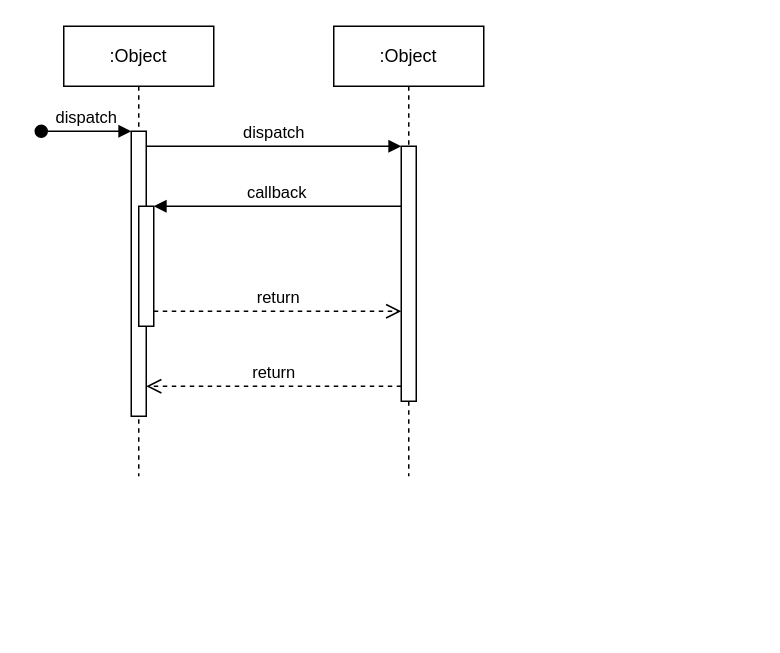
Trispu/Components-Part1 keeps this draw.io diagram as Untitled Diagram.drawio. Above is the earlier version. Source tidied: cells renumbered, new cells numbered last; positions are measured from the earlier drawing's top-left corner, leaving out a move shared by most shapes. Both pictures are drawn from the tidied source at 150%, with x=0, y=0 at pixel (40, 26).
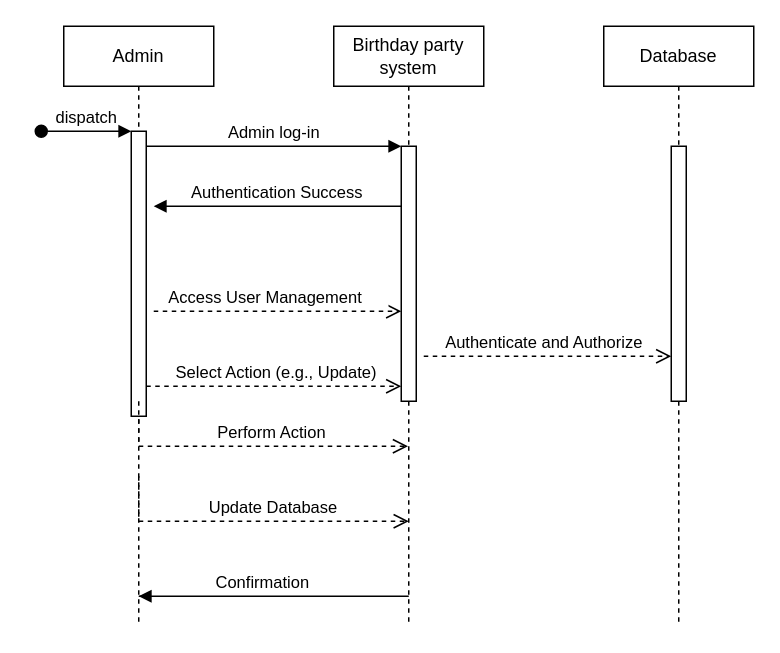
The same page after the edit.

The change refers to these unchanged cells:
```xml
<mxCell id="3" style="html=1;points=[];perimeter=orthogonalPerimeter;outlineConnect=0;targetShapes=umlLifeline;portConstraint=eastwest;newEdgeStyle={&quot;edgeStyle&quot;:&quot;elbowEdgeStyle&quot;,&quot;elbow&quot;:&quot;vertical&quot;,&quot;curved&quot;:0,&quot;rounded&quot;:0};" parent="2" vertex="1">
  <mxGeometry x="45" y="70" width="10" height="190" as="geometry" />
</mxCell>
<mxCell id="7" style="html=1;points=[];perimeter=orthogonalPerimeter;outlineConnect=0;targetShapes=umlLifeline;portConstraint=eastwest;newEdgeStyle={&quot;edgeStyle&quot;:&quot;elbowEdgeStyle&quot;,&quot;elbow&quot;:&quot;vertical&quot;,&quot;curved&quot;:0,&quot;rounded&quot;:0};" parent="6" vertex="1">
  <mxGeometry x="45" y="80" width="10" height="170" as="geometry" />
</mxCell>
```

Diff of the diagram source:
```diff
@@
-    <mxCell id="2" value=":Object" style="shape=umlLifeline;perimeter=lifelinePerimeter;whiteSpace=wrap;html=1;newEdgeStyle={&quot;edgeStyle&quot;:&quot;elbowEdgeStyle&quot;,&quot;elbow&quot;:&quot;vertical&quot;,&quot;curved&quot;:0,&quot;rounded&quot;:0};" parent="1" vertex="1">
-      <mxGeometry x="15" width="100" height="300" as="geometry" />
+    <mxCell id="2" value="Admin" style="shape=umlLifeline;perimeter=lifelinePerimeter;whiteSpace=wrap;html=1;newEdgeStyle={&quot;edgeStyle&quot;:&quot;elbowEdgeStyle&quot;,&quot;elbow&quot;:&quot;vertical&quot;,&quot;curved&quot;:0,&quot;rounded&quot;:0};" parent="1" vertex="1">
+      <mxGeometry x="15" width="100" height="400" as="geometry" />
     </mxCell>
@@
-    <mxCell id="5" style="html=1;points=[];perimeter=orthogonalPerimeter;outlineConnect=0;targetShapes=umlLifeline;portConstraint=eastwest;newEdgeStyle={&quot;edgeStyle&quot;:&quot;elbowEdgeStyle&quot;,&quot;elbow&quot;:&quot;vertical&quot;,&quot;curved&quot;:0,&quot;rounded&quot;:0};" parent="2" vertex="1">
-      <mxGeometry x="50" y="120" width="10" height="80" as="geometry" />
-    </mxCell>
-    <mxCell id="6" value=":Object" style="shape=umlLifeline;perimeter=lifelinePerimeter;whiteSpace=wrap;html=1;outlineConnect=0;portConstraint=eastwest;newEdgeStyle={&quot;edgeStyle&quot;:&quot;elbowEdgeStyle&quot;,&quot;elbow&quot;:&quot;vertical&quot;,&quot;curved&quot;:0,&quot;rounded&quot;:0};" parent="1" vertex="1">
-      <mxGeometry x="195" width="100" height="300" as="geometry" />
+    <mxCell id="6" value="Birthday party system" style="shape=umlLifeline;perimeter=lifelinePerimeter;whiteSpace=wrap;html=1;outlineConnect=0;portConstraint=eastwest;newEdgeStyle={&quot;edgeStyle&quot;:&quot;elbowEdgeStyle&quot;,&quot;elbow&quot;:&quot;vertical&quot;,&quot;curved&quot;:0,&quot;rounded&quot;:0};" parent="1" vertex="1">
+      <mxGeometry x="195" width="100" height="400" as="geometry" />
     </mxCell>
@@
-    <mxCell id="8" value="dispatch" style="html=1;verticalAlign=bottom;endArrow=block;edgeStyle=elbowEdgeStyle;elbow=vertical;curved=0;rounded=0;" parent="1" edge="1" source="3" target="7">
+    <mxCell id="8" value="Admin log-in" style="html=1;verticalAlign=bottom;endArrow=block;edgeStyle=elbowEdgeStyle;elbow=vertical;curved=0;rounded=0;" parent="1" edge="1" source="3" target="7">
       <mxGeometry relative="1" as="geometry">
         <Array as="points">
           <mxPoint x="155" y="80" />
         </Array>
       </mxGeometry>
     </mxCell>
-    <mxCell id="9" value="return" style="html=1;verticalAlign=bottom;endArrow=open;dashed=1;endSize=8;edgeStyle=elbowEdgeStyle;elbow=vertical;curved=0;rounded=0;" parent="1" edge="1" source="7" target="3">
-      <mxGeometry relative="1" as="geometry">
-        <Array as="points">
-          <mxPoint x="165" y="240" />
-        </Array>
-      </mxGeometry>
-    </mxCell>
-    <mxCell id="10" value="callback" style="html=1;verticalAlign=bottom;endArrow=block;edgeStyle=elbowEdgeStyle;elbow=vertical;curved=0;rounded=0;" parent="1" edge="1" source="7" target="5">
+    <mxCell id="10" value="Authentication Success" style="html=1;verticalAlign=bottom;endArrow=block;edgeStyle=elbowEdgeStyle;elbow=horizontal;curved=0;rounded=0;" parent="1" edge="1" source="7">
       <mxGeometry relative="1" as="geometry">
+        <mxPoint x="75" y="120" as="targetPoint" />
         <Array as="points">
           <mxPoint x="165" y="120" />
         </Array>
       </mxGeometry>
     </mxCell>
-    <mxCell id="11" value="return" style="html=1;verticalAlign=bottom;endArrow=open;dashed=1;endSize=8;edgeStyle=elbowEdgeStyle;elbow=vertical;curved=0;rounded=0;" parent="1" edge="1" source="5" target="7">
+    <mxCell id="11" value="Access User Management&lt;span style=&quot;white-space: pre;&quot;&gt;&#9;&lt;/span&gt;" style="html=1;verticalAlign=bottom;endArrow=open;dashed=1;endSize=8;edgeStyle=elbowEdgeStyle;elbow=vertical;curved=0;rounded=0;" parent="1" edge="1" target="7">
       <mxGeometry relative="1" as="geometry">
+        <mxPoint x="75" y="190" as="sourcePoint" />
         <Array as="points">
           <mxPoint x="155" y="190" />
         </Array>
       </mxGeometry>
     </mxCell>
+    <mxCell id="12" value="Database" style="shape=umlLifeline;perimeter=lifelinePerimeter;whiteSpace=wrap;html=1;newEdgeStyle={&quot;edgeStyle&quot;:&quot;elbowEdgeStyle&quot;,&quot;elbow&quot;:&quot;vertical&quot;,&quot;curved&quot;:0,&quot;rounded&quot;:0};" parent="1" vertex="1">
+      <mxGeometry x="375" width="100" height="400" as="geometry" />
+    </mxCell>
+    <mxCell id="13" style="html=1;perimeter=orthogonalPerimeter;targetShapes=umlLifeline;newEdgeStyle={&quot;edgeStyle&quot;:&quot;elbowEdgeStyle&quot;,&quot;elbow&quot;:&quot;vertical&quot;,&quot;curved&quot;:0,&quot;rounded&quot;:0};" parent="12" vertex="1">
+      <mxGeometry x="45" y="80" width="10" height="170" as="geometry" />
+    </mxCell>
+    <mxCell id="9" value="&amp;nbsp;Select Action (e.g., Update)" style="html=1;verticalAlign=bottom;endArrow=open;dashed=1;endSize=8;edgeStyle=elbowEdgeStyle;elbow=vertical;curved=0;rounded=0;" parent="1" edge="1" source="3" target="7">
+      <mxGeometry relative="1" as="geometry">
+        <Array as="points">
+          <mxPoint x="165" y="240" />
+        </Array>
+      </mxGeometry>
+    </mxCell>
+    <mxCell id="14" value=" Authenticate and Authorize" style="html=1;verticalAlign=bottom;endArrow=open;dashed=1;endSize=8;edgeStyle=elbowEdgeStyle;elbow=vertical;curved=0;rounded=0;" parent="1" edge="1">
+      <mxGeometry x="-0.03" relative="1" as="geometry">
+        <mxPoint x="255" y="220" as="sourcePoint" />
+        <mxPoint x="420" y="220" as="targetPoint" />
+        <Array as="points">
+          <mxPoint x="335" y="220" />
+        </Array>
+      </mxGeometry>
+    </mxCell>
+    <mxCell id="15" value="Perform Action&amp;nbsp;" style="html=1;verticalAlign=bottom;endArrow=open;dashed=1;endSize=8;edgeStyle=elbowEdgeStyle;elbow=vertical;curved=0;rounded=0;" parent="1" edge="1" target="6">
+      <mxGeometry x="0.15" relative="1" as="geometry">
+        <mxPoint x="65" y="250" as="sourcePoint" />
+        <Array as="points">
+          <mxPoint x="140" y="280" />
+        </Array>
+      </mxGeometry>
+    </mxCell>
+    <mxCell id="16" value="Update Database&amp;nbsp;" style="html=1;verticalAlign=bottom;endArrow=open;dashed=1;endSize=8;edgeStyle=elbowEdgeStyle;elbow=vertical;curved=0;rounded=0;" parent="1" edge="1">
+      <mxGeometry x="0.15" relative="1" as="geometry">
+        <mxPoint x="65" y="300" as="sourcePoint" />
+        <mxPoint x="245" y="330" as="targetPoint" />
+        <Array as="points">
+          <mxPoint x="140" y="330" />
+        </Array>
+      </mxGeometry>
+    </mxCell>
+    <mxCell id="17" value="Confirmation&amp;nbsp; &amp;nbsp; &amp;nbsp;" style="html=1;verticalAlign=bottom;endArrow=block;edgeStyle=elbowEdgeStyle;elbow=vertical;curved=0;rounded=0;" parent="1" edge="1">
+      <mxGeometry x="0.5" relative="1" as="geometry">
+        <mxPoint x="65" y="380" as="sourcePoint" />
+        <mxPoint x="65" y="380" as="targetPoint" />
+        <Array as="points">
+          <mxPoint x="245" y="380" />
+        </Array>
+      </mxGeometry>
+    </mxCell>
```
